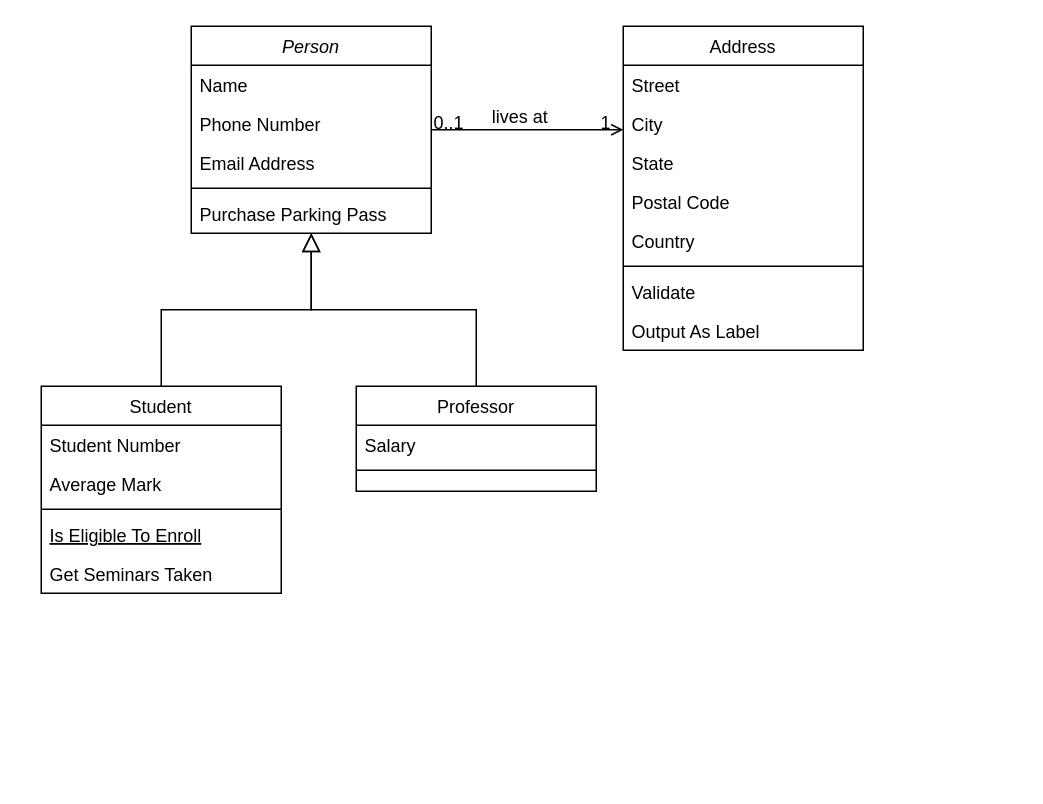
thiernomoontaga/google keeps this draw.io diagram as Diagramme sans nom.drawio. Above is the earlier version. Source tidied: cells renumbered, new cells numbered last; positions are measured from the earlier drawing's top-left corner, leaving out a move shared by most shapes. Both pictures are drawn from the tidied source at 150%, with x=0, y=0 at pixel (40, 26).
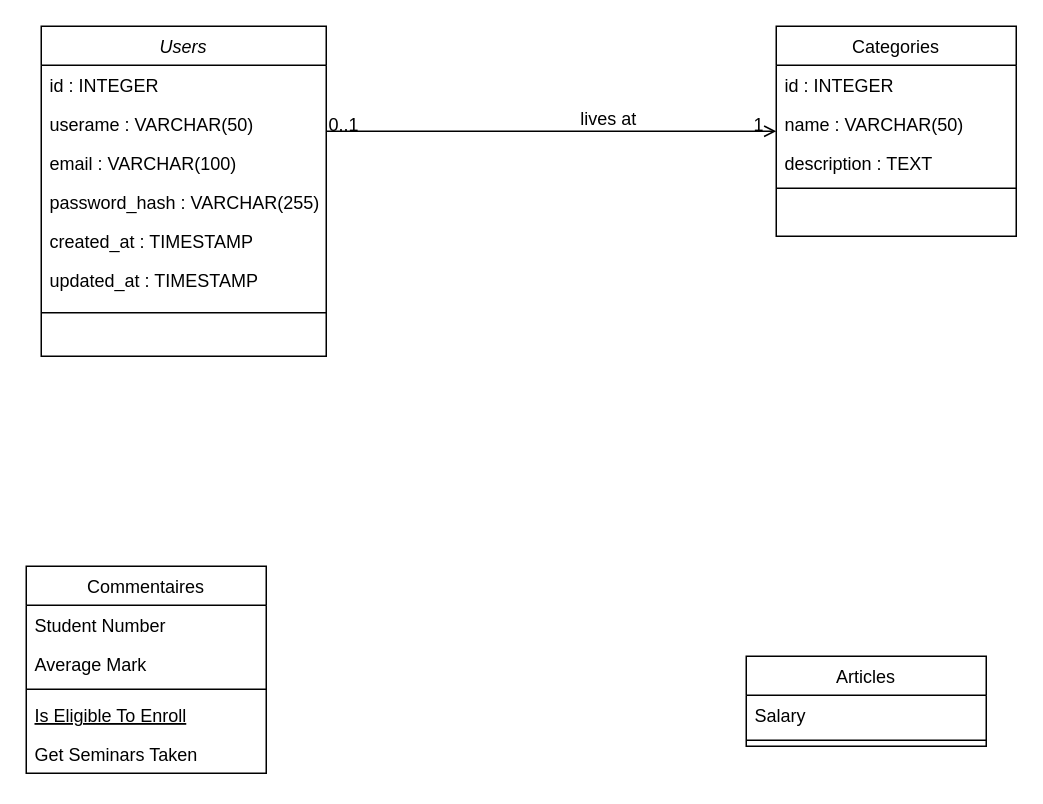
The same diagram, later.

Commit message:
Mettre à jour Diagramme sans nom.drawio

Diff of the diagram source:
```diff
@@
-    <mxCell id="2" value="Person" style="swimlane;fontStyle=2;align=center;verticalAlign=top;horizontal=1;startSize=26;rounded=0;shadow=0;strokeWidth=1;" parent="1" vertex="1">
-      <mxGeometry x="100" width="160" height="138" as="geometry" />
+    <mxCell id="2" value="Users" style="swimlane;fontStyle=2;align=center;verticalAlign=top;horizontal=1;startSize=26;rounded=0;shadow=0;strokeWidth=1;" parent="1" vertex="1">
+      <mxGeometry width="190" height="220" as="geometry" />
     </mxCell>
-    <mxCell id="3" value="Name" style="text;align=left;verticalAlign=top;spacingLeft=4;spacingRight=4;overflow=hidden;" parent="2" vertex="1">
-      <mxGeometry y="26" width="160" height="26" as="geometry" />
+    <mxCell id="3" value="id : INTEGER" style="text;align=left;verticalAlign=top;spacingLeft=4;spacingRight=4;overflow=hidden;" parent="2" vertex="1">
+      <mxGeometry y="26" width="190" height="26" as="geometry" />
     </mxCell>
-    <mxCell id="4" value="Phone Number" style="text;align=left;verticalAlign=top;spacingLeft=4;spacingRight=4;overflow=hidden;rounded=0;shadow=0;html=0;" parent="2" vertex="1">
-      <mxGeometry y="52" width="160" height="26" as="geometry" />
+    <mxCell id="4" value="userame : VARCHAR(50)&#10;" style="text;align=left;verticalAlign=top;spacingLeft=4;spacingRight=4;overflow=hidden;rounded=0;shadow=0;html=0;" parent="2" vertex="1">
+      <mxGeometry y="52" width="190" height="26" as="geometry" />
     </mxCell>
-    <mxCell id="5" value="Email Address" style="text;align=left;verticalAlign=top;spacingLeft=4;spacingRight=4;overflow=hidden;rounded=0;shadow=0;html=0;" parent="2" vertex="1">
-      <mxGeometry y="78" width="160" height="26" as="geometry" />
+    <mxCell id="5" value="email : VARCHAR(100)" style="text;align=left;verticalAlign=top;spacingLeft=4;spacingRight=4;overflow=hidden;rounded=0;shadow=0;html=0;" parent="2" vertex="1">
+      <mxGeometry y="78" width="190" height="26" as="geometry" />
     </mxCell>
+    <mxCell id="32" value="password_hash : VARCHAR(255)" style="text;align=left;verticalAlign=top;spacingLeft=4;spacingRight=4;overflow=hidden;rounded=0;shadow=0;html=0;" parent="2" vertex="1">
+      <mxGeometry y="104" width="190" height="26" as="geometry" />
+    </mxCell>
+    <mxCell id="33" value="created_at : TIMESTAMP" style="text;align=left;verticalAlign=top;spacingLeft=4;spacingRight=4;overflow=hidden;rounded=0;shadow=0;html=0;" parent="2" vertex="1">
+      <mxGeometry y="130" width="190" height="26" as="geometry" />
+    </mxCell>
+    <mxCell id="7" value="updated_at : TIMESTAMP" style="text;align=left;verticalAlign=top;spacingLeft=4;spacingRight=4;overflow=hidden;" parent="2" vertex="1">
+      <mxGeometry y="156" width="190" height="26" as="geometry" />
+    </mxCell>
     <mxCell id="6" style="line;html=1;strokeWidth=1;align=left;verticalAlign=middle;spacingTop=-1;spacingLeft=3;spacingRight=3;labelPosition=right;" parent="2" vertex="1">
-      <mxGeometry y="104" width="160" height="8" as="geometry" />
+      <mxGeometry y="182" width="190" height="18" as="geometry" />
     </mxCell>
-    <mxCell id="7" value="Purchase Parking Pass" style="text;align=left;verticalAlign=top;spacingLeft=4;spacingRight=4;overflow=hidden;" parent="2" vertex="1">
-      <mxGeometry y="112" width="160" height="26" as="geometry" />
-    </mxCell>
-    <mxCell id="8" value="Student" style="swimlane;fontStyle=0;align=center;verticalAlign=top;horizontal=1;startSize=26;rounded=0;shadow=0;strokeWidth=1;" parent="1" vertex="1">
-      <mxGeometry y="240" width="160" height="138" as="geometry" />
+    <mxCell id="8" value="Commentaires" style="swimlane;fontStyle=0;align=center;verticalAlign=top;horizontal=1;startSize=26;rounded=0;shadow=0;strokeWidth=1;" parent="1" vertex="1">
+      <mxGeometry x="-10" y="360" width="160" height="138" as="geometry" />
     </mxCell>
@@
-    <mxCell id="14" style="endArrow=block;endSize=10;endFill=0;shadow=0;strokeWidth=1;rounded=0;curved=0;edgeStyle=elbowEdgeStyle;elbow=vertical;" parent="1" edge="1" source="8" target="2">
-      <mxGeometry relative="1" as="geometry" />
-    </mxCell>
-    <mxCell id="15" value="Professor" style="swimlane;fontStyle=0;align=center;verticalAlign=top;horizontal=1;startSize=26;rounded=0;shadow=0;strokeWidth=1;" parent="1" vertex="1">
-      <mxGeometry x="210" y="240" width="160" height="70" as="geometry" />
+    <mxCell id="15" value="Articles" style="swimlane;fontStyle=0;align=center;verticalAlign=top;horizontal=1;startSize=26;rounded=0;shadow=0;strokeWidth=1;" parent="1" vertex="1">
+      <mxGeometry x="470" y="420" width="160" height="60" as="geometry" />
     </mxCell>
@@
-    <mxCell id="18" style="endArrow=block;endSize=10;endFill=0;shadow=0;strokeWidth=1;rounded=0;curved=0;edgeStyle=elbowEdgeStyle;elbow=vertical;" parent="1" edge="1" source="15" target="2">
-      <mxGeometry relative="1" as="geometry" />
-    </mxCell>
-    <mxCell id="19" value="Address" style="swimlane;fontStyle=0;align=center;verticalAlign=top;horizontal=1;startSize=26;rounded=0;shadow=0;strokeWidth=1;" parent="1" vertex="1">
-      <mxGeometry x="388" width="160" height="216" as="geometry" />
+    <mxCell id="19" value="Categories" style="swimlane;fontStyle=0;align=center;verticalAlign=top;horizontal=1;startSize=26;rounded=0;shadow=0;strokeWidth=1;" parent="1" vertex="1">
+      <mxGeometry x="490" width="160" height="140" as="geometry" />
     </mxCell>
-    <mxCell id="20" value="Street" style="text;align=left;verticalAlign=top;spacingLeft=4;spacingRight=4;overflow=hidden;" parent="19" vertex="1">
+    <mxCell id="20" value="id : INTEGER" style="text;align=left;verticalAlign=top;spacingLeft=4;spacingRight=4;overflow=hidden;" parent="19" vertex="1">
       <mxGeometry y="26" width="160" height="26" as="geometry" />
     </mxCell>
-    <mxCell id="21" value="City" style="text;align=left;verticalAlign=top;spacingLeft=4;spacingRight=4;overflow=hidden;rounded=0;shadow=0;html=0;" parent="19" vertex="1">
+    <mxCell id="21" value="name : VARCHAR(50)" style="text;align=left;verticalAlign=top;spacingLeft=4;spacingRight=4;overflow=hidden;rounded=0;shadow=0;html=0;" parent="19" vertex="1">
       <mxGeometry y="52" width="160" height="26" as="geometry" />
     </mxCell>
-    <mxCell id="22" value="State" style="text;align=left;verticalAlign=top;spacingLeft=4;spacingRight=4;overflow=hidden;rounded=0;shadow=0;html=0;" parent="19" vertex="1">
+    <mxCell id="22" value="description : TEXT" style="text;align=left;verticalAlign=top;spacingLeft=4;spacingRight=4;overflow=hidden;rounded=0;shadow=0;html=0;" parent="19" vertex="1">
       <mxGeometry y="78" width="160" height="26" as="geometry" />
     </mxCell>
-    <mxCell id="23" value="Postal Code" style="text;align=left;verticalAlign=top;spacingLeft=4;spacingRight=4;overflow=hidden;rounded=0;shadow=0;html=0;" parent="19" vertex="1">
-      <mxGeometry y="104" width="160" height="26" as="geometry" />
-    </mxCell>
-    <mxCell id="24" value="Country" style="text;align=left;verticalAlign=top;spacingLeft=4;spacingRight=4;overflow=hidden;rounded=0;shadow=0;html=0;" parent="19" vertex="1">
-      <mxGeometry y="130" width="160" height="26" as="geometry" />
-    </mxCell>
     <mxCell id="25" style="line;html=1;strokeWidth=1;align=left;verticalAlign=middle;spacingTop=-1;spacingLeft=3;spacingRight=3;labelPosition=right;" parent="19" vertex="1">
-      <mxGeometry y="156" width="160" height="8" as="geometry" />
+      <mxGeometry y="104" width="160" height="8" as="geometry" />
     </mxCell>
-    <mxCell id="26" value="Validate" style="text;align=left;verticalAlign=top;spacingLeft=4;spacingRight=4;overflow=hidden;" parent="19" vertex="1">
-      <mxGeometry y="164" width="160" height="26" as="geometry" />
-    </mxCell>
-    <mxCell id="27" value="Output As Label" style="text;align=left;verticalAlign=top;spacingLeft=4;spacingRight=4;overflow=hidden;" parent="19" vertex="1">
-      <mxGeometry y="190" width="160" height="26" as="geometry" />
-    </mxCell>
```
